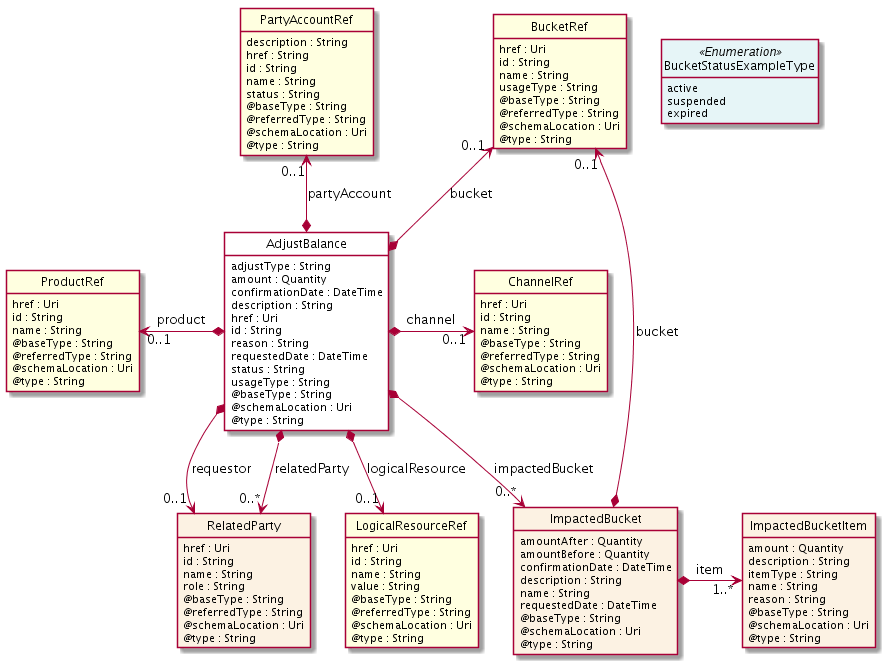
tmforum-apis/Open_Api_And_Data_Model keeps this PlantUML diagram as apis/TMF654_PrepayBalance/documentation/diagrams/Resource_AdjustBalance.png. Above is the earlier version.
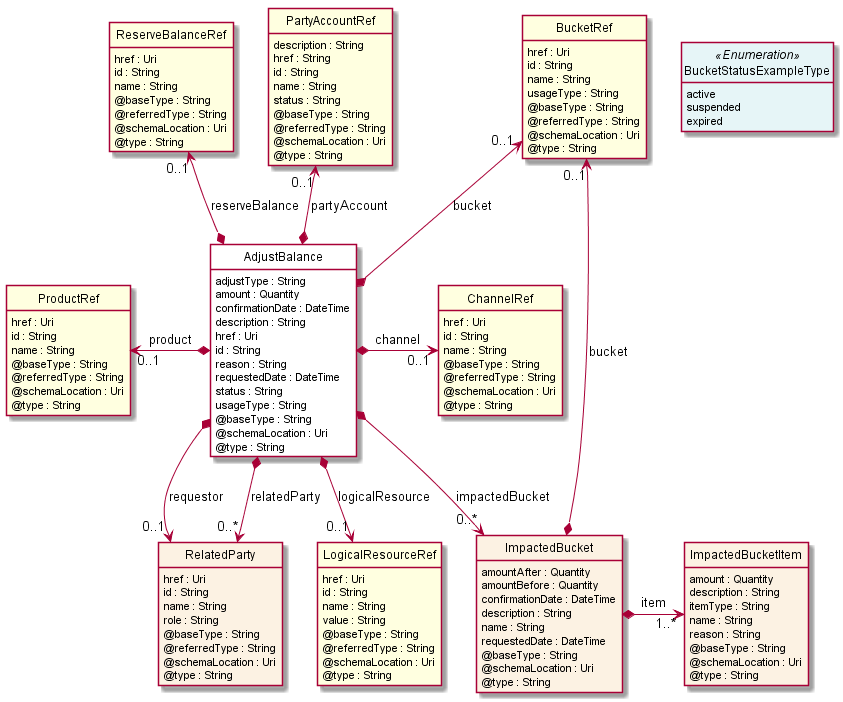
After the commit.

What changed in the source:
```diff
@@ -108,6 +108,16 @@
     @type : String
 }
 
+class ReserveBalanceRef  <<Ref>> {
+    href : Uri
+    id : String
+    name : String
+    @baseType : String
+    @referredType : String
+    @schemaLocation : Uri
+    @type : String
+}
+
 class PartyAccountRef  <<Ref>> {
     description : String
     href : String
@@ -134,6 +144,8 @@
 
 PartyAccountRef "0..1" <--* AdjustBalance : partyAccount
 
+ReserveBalanceRef "0..1" <--* AdjustBalance : reserveBalance
+
 AdjustBalance *-->  "0..1" LogicalResourceRef : logicalResource
 
 LogicalResourceRef -right[hidden]-> ImpactedBucket
```
